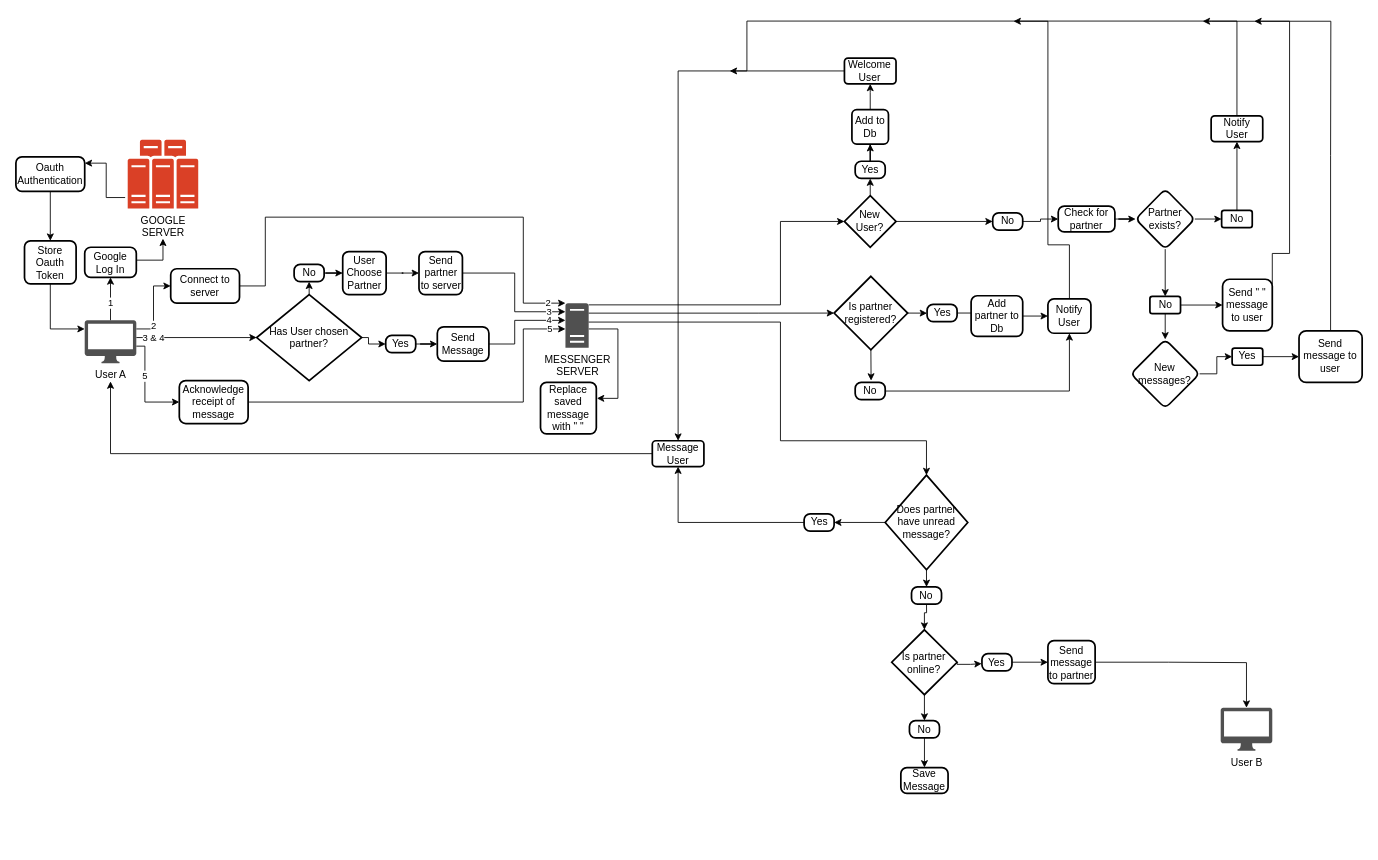
Above: mini_messenger_flowchart.drawio in gitupwithit/mini_messenger_extension (draw.io), before the change. Source tidied: cells renumbered, new cells numbered last; positions are measured from the earlier drawing's top-left corner, leaving out a move shared by most shapes. Both pictures are drawn from the tidied source at 86%, with x=0, y=0 at pixel (15, 21).
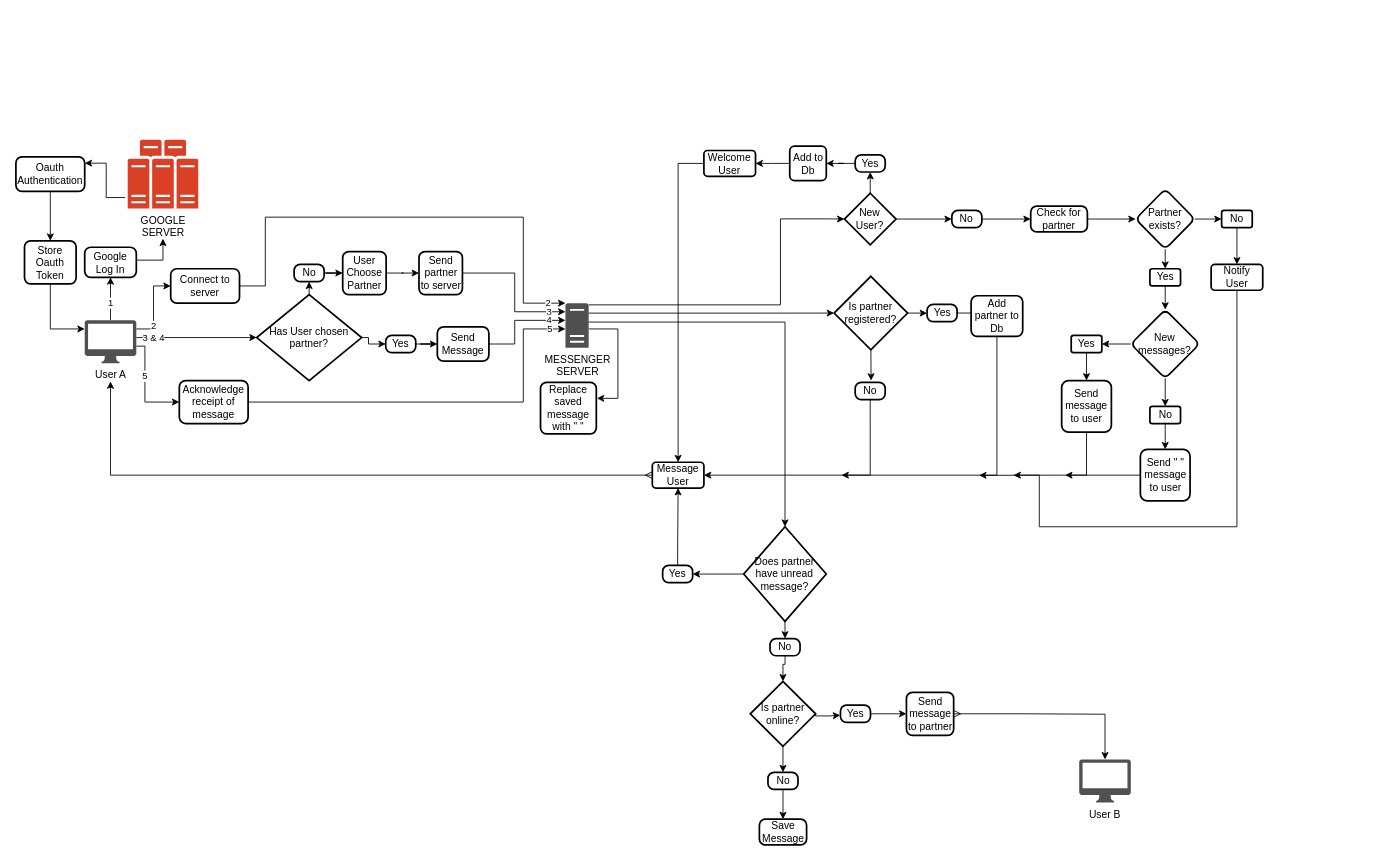
After the change.

Unchanged cells that the change refers to:
```xml
<mxCell id="6" value="User A" style="sketch=0;shadow=0;dashed=0;html=1;strokeColor=none;fillColor=#505050;labelPosition=center;verticalLabelPosition=bottom;verticalAlign=top;outlineConnect=0;align=center;shape=mxgraph.office.devices.mac_client;points=[[0.02,0.06,0,0,0],[0.5,1,0,0,21]];" parent="1" vertex="1">
  <mxGeometry x="80" y="348" width="60" height="50" as="geometry" />
</mxCell>
<mxCell id="11" value="MESSENGER&lt;br&gt;SERVER" style="sketch=0;shadow=0;dashed=0;html=1;strokeColor=none;fillColor=#505050;labelPosition=center;verticalLabelPosition=bottom;verticalAlign=top;outlineConnect=0;align=center;shape=mxgraph.office.servers.server_generic;points=[[0.11,0.94,0,0,0],[0.5,1,0,0,34],[1,1,0,2,3]];" parent="1" vertex="1">
  <mxGeometry x="639" y="328" width="27" height="52" as="geometry" />
</mxCell>
<mxCell id="34" value="Partner&lt;div&gt;exists?&lt;/div&gt;" style="rhombus;whiteSpace=wrap;html=1;rounded=1;arcSize=14;strokeWidth=2;" parent="1" vertex="1">
  <mxGeometry x="1302" y="195.2" width="68.8" height="70" as="geometry" />
</mxCell>
<mxCell id="67" value="No" style="rounded=1;whiteSpace=wrap;html=1;absoluteArcSize=1;arcSize=14;strokeWidth=2;" parent="1" vertex="1">
  <mxGeometry x="975.9" y="420.2" width="34.9" height="20" as="geometry" />
</mxCell>
<mxCell id="72" value="Add partner to Db" style="rounded=1;whiteSpace=wrap;html=1;absoluteArcSize=1;arcSize=14;strokeWidth=2;" parent="1" vertex="1">
  <mxGeometry x="1110.7" y="319.4" width="60" height="47.2" as="geometry" />
</mxCell>
```

What changed in the source:
```diff
@@
     <mxCell id="9" style="edgeStyle=orthogonalEdgeStyle;rounded=0;jettySize=auto;html=1;entryX=0;entryY=0.5;entryDx=0;entryDy=0;entryPerimeter=0;jumpStyle=none;startArrow=none;startFill=0;strokeWidth=1;shadow=0;" parent="1" edge="1" source="11" target="19">
       <mxGeometry relative="1" as="geometry">
         <Array as="points">
           <mxPoint x="889" y="330" />
-          <mxPoint x="889" y="233" />
+          <mxPoint x="889" y="230" />
+          <mxPoint x="940" y="230" />
         </Array>
       </mxGeometry>
     </mxCell>
@@
     <mxCell id="19" value="New User?" style="strokeWidth=2;html=1;shape=mxgraph.flowchart.decision;whiteSpace=wrap;" parent="1" vertex="1">
-      <mxGeometry x="963.4" y="203" width="60" height="60" as="geometry" />
+      <mxGeometry x="963.4" y="200.2" width="60" height="60" as="geometry" />
     </mxCell>
@@
     <mxCell id="21" value="Yes" style="rounded=1;whiteSpace=wrap;html=1;absoluteArcSize=1;arcSize=14;strokeWidth=2;" parent="1" vertex="1">
-      <mxGeometry x="975.9" y="163" width="34.9" height="20" as="geometry" />
+      <mxGeometry x="975.9" y="155.5" width="34.9" height="20" as="geometry" />
     </mxCell>
@@
     <mxCell id="23" value="No" style="rounded=1;whiteSpace=wrap;html=1;absoluteArcSize=1;arcSize=14;strokeWidth=2;" parent="1" vertex="1">
-      <mxGeometry x="1135.8" y="223" width="34.9" height="20" as="geometry" />
+      <mxGeometry x="1088.3" y="220.2" width="34.9" height="20" as="geometry" />
     </mxCell>
@@
     <mxCell id="26" value="Add to Db" style="whiteSpace=wrap;html=1;rounded=1;arcSize=14;strokeWidth=2;" parent="1" vertex="1">
-      <mxGeometry x="972.1" y="103" width="42.5" height="40" as="geometry" />
+      <mxGeometry x="899.8" y="145.5" width="42.5" height="40" as="geometry" />
     </mxCell>
-    <mxCell id="27" style="edgeStyle=orthogonalEdgeStyle;rounded=0;jettySize=auto;html=1;exitX=0;exitY=0.5;exitDx=0;exitDy=0;entryX=0.5;entryY=1;entryDx=0;entryDy=21;entryPerimeter=0;" parent="1" edge="1" source="99" target="6">
+    <mxCell id="27" style="edgeStyle=orthogonalEdgeStyle;rounded=0;jettySize=auto;html=1;exitX=0;exitY=0.5;exitDx=0;exitDy=0;entryX=0.5;entryY=1;entryDx=0;entryDy=21;entryPerimeter=0;startArrow=ERmany;startFill=0;" parent="1" edge="1" source="99" target="6">
       <mxGeometry relative="1" as="geometry">
         <Array as="points">
-          <mxPoint x="110" y="503" />
+          <mxPoint x="110" y="528" />
         </Array>
       </mxGeometry>
     </mxCell>
     <mxCell id="28" style="edgeStyle=orthogonalEdgeStyle;rounded=0;jettySize=auto;html=1;" parent="1" edge="1" source="29" target="99">
-      <mxGeometry relative="1" as="geometry" />
+      <mxGeometry relative="1" as="geometry">
+        <Array as="points">
+          <mxPoint x="770" y="166" />
+        </Array>
+      </mxGeometry>
     </mxCell>
     <mxCell id="29" value="Welcome&lt;div&gt;User&lt;/div&gt;" style="whiteSpace=wrap;html=1;rounded=1;arcSize=14;strokeWidth=2;" parent="1" vertex="1">
-      <mxGeometry x="963.4" y="43" width="60" height="30" as="geometry" />
+      <mxGeometry x="800" y="150.5" width="60" height="30" as="geometry" />
     </mxCell>
@@
     <mxCell id="31" value="Check for partner" style="rounded=1;whiteSpace=wrap;html=1;absoluteArcSize=1;arcSize=14;strokeWidth=2;" parent="1" vertex="1">
-      <mxGeometry x="1212" y="215.2" width="65.9" height="30" as="geometry" />
+      <mxGeometry x="1180" y="215.2" width="65.9" height="30" as="geometry" />
     </mxCell>
@@
-    <mxCell id="33" style="edgeStyle=orthogonalEdgeStyle;rounded=0;jettySize=auto;html=1;exitX=0.5;exitY=1;exitDx=0;exitDy=0;entryX=0.5;entryY=0;entryDx=0;entryDy=0;" parent="1" edge="1" source="34" target="45">
+    <mxCell id="33" style="edgeStyle=orthogonalEdgeStyle;rounded=0;jettySize=auto;html=1;exitX=0.5;exitY=1;exitDx=0;exitDy=0;entryX=0.5;entryY=0;entryDx=0;entryDy=0;" parent="1" edge="1" source="42" target="45">
       <mxGeometry relative="1" as="geometry" />
     </mxCell>
+    <mxCell id="100" style="edgeStyle=orthogonalEdgeStyle;rounded=0;jettySize=auto;html=1;exitX=0.5;exitY=1;exitDx=0;exitDy=0;entryX=0.5;entryY=0;entryDx=0;entryDy=0;" parent="1" edge="1" source="34" target="106">
+      <mxGeometry relative="1" as="geometry" />
+    </mxCell>
@@
+    <mxCell id="101" style="edgeStyle=orthogonalEdgeStyle;rounded=0;jettySize=auto;html=1;exitX=0.5;exitY=1;exitDx=0;exitDy=0;" parent="1" edge="1" source="49">
+      <mxGeometry relative="1" as="geometry">
+        <mxPoint x="1220" y="528" as="targetPoint" />
+        <Array as="points">
+          <mxPoint x="1245" y="528" />
+        </Array>
+      </mxGeometry>
+    </mxCell>
-    <mxCell id="35" style="edgeStyle=orthogonalEdgeStyle;rounded=0;jettySize=auto;html=1;" parent="1" edge="1" source="36" target="49">
+    <mxCell id="35" style="edgeStyle=orthogonalEdgeStyle;rounded=0;jettySize=auto;html=1;exitX=0.5;exitY=1;exitDx=0;exitDy=0;entryX=0.5;entryY=0;entryDx=0;entryDy=0;" parent="1" edge="1" source="36" target="49">
       <mxGeometry relative="1" as="geometry" />
     </mxCell>
     <mxCell id="36" value="Yes" style="whiteSpace=wrap;html=1;rounded=1;arcSize=14;strokeWidth=2;" parent="1" vertex="1">
-      <mxGeometry x="1414.2" y="380.2" width="35.6" height="20" as="geometry" />
+      <mxGeometry x="1227.1" y="365.5" width="35.6" height="20" as="geometry" />
     </mxCell>
@@
-    <mxCell id="39" style="edgeStyle=orthogonalEdgeStyle;rounded=0;jettySize=auto;html=1;exitX=0.5;exitY=0;exitDx=0;exitDy=0;" parent="1" edge="1" source="40">
-      <mxGeometry relative="1" as="geometry">
-        <mxPoint x="830" y="58" as="targetPoint" />
-        <Array as="points">
-          <mxPoint x="1420" />
-          <mxPoint x="850" />
-          <mxPoint x="850" y="58" />
-        </Array>
-      </mxGeometry>
-    </mxCell>
+    <mxCell id="102" style="edgeStyle=orthogonalEdgeStyle;rounded=0;jettySize=auto;html=1;exitX=0.5;exitY=1;exitDx=0;exitDy=0;" parent="1" edge="1" source="40">
+      <mxGeometry relative="1" as="geometry">
+        <mxPoint x="1160" y="528" as="targetPoint" />
+        <Array as="points">
+          <mxPoint x="1420" y="588" />
+          <mxPoint x="1190" y="588" />
+          <mxPoint x="1190" y="528" />
+        </Array>
+      </mxGeometry>
+    </mxCell>
     <mxCell id="40" value="Notify&lt;div&gt;User&lt;/div&gt;" style="whiteSpace=wrap;html=1;rounded=1;arcSize=14;strokeWidth=2;" parent="1" vertex="1">
-      <mxGeometry x="1389.8" y="110.2" width="60" height="30" as="geometry" />
+      <mxGeometry x="1389.8" y="283" width="60" height="30" as="geometry" />
     </mxCell>
-    <mxCell id="41" style="edgeStyle=orthogonalEdgeStyle;rounded=0;jettySize=auto;html=1;exitX=1;exitY=0.5;exitDx=0;exitDy=0;entryX=0;entryY=0.5;entryDx=0;entryDy=0;" parent="1" edge="1" source="42" target="36">
+    <mxCell id="41" style="edgeStyle=orthogonalEdgeStyle;rounded=0;jettySize=auto;html=1;exitX=0;exitY=0.5;exitDx=0;exitDy=0;entryX=1;entryY=0.5;entryDx=0;entryDy=0;" parent="1" edge="1" source="42" target="36">
       <mxGeometry relative="1" as="geometry" />
     </mxCell>
     <mxCell id="42" value="New messages?" style="rhombus;whiteSpace=wrap;html=1;rounded=1;arcSize=14;strokeWidth=2;" parent="1" vertex="1">
-      <mxGeometry x="1296.4" y="370.2" width="80" height="80" as="geometry" />
+      <mxGeometry x="1296.4" y="335.5" width="80" height="80" as="geometry" />
     </mxCell>
@@
-    <mxCell id="44" style="edgeStyle=orthogonalEdgeStyle;rounded=0;jettySize=auto;html=1;exitX=0.5;exitY=1;exitDx=0;exitDy=0;entryX=0.5;entryY=0;entryDx=0;entryDy=0;" parent="1" edge="1" source="45" target="42">
-      <mxGeometry relative="1" as="geometry" />
-    </mxCell>
     <mxCell id="45" value="No" style="whiteSpace=wrap;html=1;rounded=1;arcSize=14;strokeWidth=2;" parent="1" vertex="1">
-      <mxGeometry x="1318.6" y="320.2" width="35.6" height="20" as="geometry" />
+      <mxGeometry x="1318.6" y="448" width="35.6" height="20" as="geometry" />
     </mxCell>
-    <mxCell id="46" style="edgeStyle=orthogonalEdgeStyle;rounded=0;jettySize=auto;html=1;exitX=1;exitY=0.5;exitDx=0;exitDy=0;" parent="1" edge="1" source="47">
-      <mxGeometry relative="1" as="geometry">
-        <mxPoint x="1380" y="0.2" as="targetPoint" />
-        <Array as="points">
-          <mxPoint x="1461" y="270.2" />
-          <mxPoint x="1481" y="270.2" />
-          <mxPoint x="1481" y="0.2" />
-          <mxPoint x="1390" y="0.2" />
-        </Array>
-      </mxGeometry>
-    </mxCell>
+    <mxCell id="103" style="edgeStyle=orthogonalEdgeStyle;rounded=0;jettySize=auto;html=1;exitX=0;exitY=0.5;exitDx=0;exitDy=0;" parent="1" edge="1" source="47">
+      <mxGeometry relative="1" as="geometry">
+        <mxPoint x="1120" y="528.2" as="targetPoint" />
+      </mxGeometry>
+    </mxCell>
     <mxCell id="47" value="Send &quot; &quot; message to user" style="whiteSpace=wrap;html=1;rounded=1;arcSize=14;strokeWidth=2;" parent="1" vertex="1">
-      <mxGeometry x="1403.1" y="300.2" width="57.8" height="60" as="geometry" />
+      <mxGeometry x="1307.5" y="498" width="57.8" height="60" as="geometry" />
     </mxCell>
-    <mxCell id="48" style="edgeStyle=orthogonalEdgeStyle;rounded=0;jettySize=auto;html=1;exitX=0.5;exitY=0;exitDx=0;exitDy=0;" parent="1" edge="1" source="49">
-      <mxGeometry relative="1" as="geometry">
-        <mxPoint x="1440" y="0.2" as="targetPoint" />
-        <Array as="points">
-          <mxPoint x="1529" y="156.2" />
-          <mxPoint x="1529" y="156.2" />
-          <mxPoint x="1529" y="0.2" />
-          <mxPoint x="1450" y="0.2" />
-        </Array>
-      </mxGeometry>
-    </mxCell>
-    <mxCell id="49" value="Send message to user" style="whiteSpace=wrap;html=1;rounded=1;arcSize=14;strokeWidth=2;" parent="1" vertex="1">
-      <mxGeometry x="1492" y="360.2" width="73.4" height="60" as="geometry" />
-    </mxCell>
@@
-    <mxCell id="66" style="edgeStyle=orthogonalEdgeStyle;rounded=0;jettySize=auto;html=1;exitX=1;exitY=0.5;exitDx=0;exitDy=0;entryX=0.5;entryY=1;entryDx=0;entryDy=0;" parent="1" edge="1" source="67" target="70">
-      <mxGeometry relative="1" as="geometry" />
-    </mxCell>
+    <mxCell id="104" style="edgeStyle=orthogonalEdgeStyle;rounded=0;jettySize=auto;html=1;exitX=0.5;exitY=1;exitDx=0;exitDy=0;entryX=1;entryY=0.5;entryDx=0;entryDy=0;" parent="1" edge="1" source="67" target="99">
+      <mxGeometry relative="1" as="geometry">
+        <Array as="points">
+          <mxPoint x="993" y="528" />
+        </Array>
+      </mxGeometry>
+    </mxCell>
@@
-    <mxCell id="69" style="edgeStyle=orthogonalEdgeStyle;rounded=0;jettySize=auto;html=1;exitX=0.5;exitY=0;exitDx=0;exitDy=0;" parent="1" edge="1" source="70">
-      <mxGeometry relative="1" as="geometry">
-        <mxPoint x="1160" y="0.2" as="targetPoint" />
-        <Array as="points">
-          <mxPoint x="1225" y="260.2" />
-          <mxPoint x="1200" y="260.2" />
-          <mxPoint x="1200" y="0.2" />
-          <mxPoint x="1160" y="0.2" />
-        </Array>
-      </mxGeometry>
-    </mxCell>
-    <mxCell id="70" value="Notify User" style="rounded=1;whiteSpace=wrap;html=1;absoluteArcSize=1;arcSize=14;strokeWidth=2;" parent="1" vertex="1">
-      <mxGeometry x="1200" y="323" width="50" height="40" as="geometry" />
-    </mxCell>
-    <mxCell id="71" style="edgeStyle=orthogonalEdgeStyle;rounded=0;jettySize=auto;html=1;exitX=1;exitY=0.5;exitDx=0;exitDy=0;entryX=0;entryY=0.5;entryDx=0;entryDy=0;" parent="1" edge="1" source="72" target="70">
-      <mxGeometry relative="1" as="geometry" />
+    <mxCell id="71" style="edgeStyle=orthogonalEdgeStyle;rounded=0;jettySize=auto;html=1;exitX=0.5;exitY=1;exitDx=0;exitDy=0;" parent="1" edge="1" source="72">
+      <mxGeometry relative="1" as="geometry">
+        <mxPoint x="960" y="528" as="targetPoint" />
+        <Array as="points">
+          <mxPoint x="1141" y="528" />
+          <mxPoint x="980" y="528" />
+        </Array>
+      </mxGeometry>
     </mxCell>
@@
     <mxCell id="76" value="&lt;span style=&quot;background-color: initial;&quot;&gt;Is partner online?&lt;/span&gt;" style="strokeWidth=2;html=1;shape=mxgraph.flowchart.decision;whiteSpace=wrap;" parent="1" vertex="1">
-      <mxGeometry x="1018.4" y="707.8" width="76" height="75.5" as="geometry" />
+      <mxGeometry x="853.9" y="767.8" width="76" height="75.5" as="geometry" />
     </mxCell>
@@
     <mxCell id="78" value="Yes" style="rounded=1;whiteSpace=wrap;html=1;absoluteArcSize=1;arcSize=14;strokeWidth=2;" parent="1" vertex="1">
-      <mxGeometry x="1123.3" y="735.5" width="34.9" height="20" as="geometry" />
+      <mxGeometry x="958.8" y="795.5" width="34.9" height="20" as="geometry" />
     </mxCell>
@@
     <mxCell id="80" value="No" style="rounded=1;whiteSpace=wrap;html=1;absoluteArcSize=1;arcSize=14;strokeWidth=2;" parent="1" vertex="1">
-      <mxGeometry x="1039" y="813.5" width="34.9" height="20" as="geometry" />
+      <mxGeometry x="874.5" y="873.5" width="34.9" height="20" as="geometry" />
     </mxCell>
     <mxCell id="81" style="edgeStyle=orthogonalEdgeStyle;rounded=0;jettySize=auto;html=1;exitX=1;exitY=0.5;exitDx=0;exitDy=0;exitPerimeter=0;entryX=-0.01;entryY=0.584;entryDx=0;entryDy=0;entryPerimeter=0;" parent="1" edge="1" source="76" target="78">
       <mxGeometry relative="1" as="geometry">
         <Array as="points">
-          <mxPoint x="1094" y="748" />
-          <mxPoint x="1110" y="748" />
+          <mxPoint x="929.5" y="808" />
+          <mxPoint x="945.5" y="808" />
         </Array>
       </mxGeometry>
     </mxCell>
     <mxCell id="82" style="edgeStyle=orthogonalEdgeStyle;rounded=0;jettySize=auto;html=1;entryX=0.5;entryY=0;entryDx=0;entryDy=0;entryPerimeter=0;" parent="1" edge="1" source="11" target="89">
       <mxGeometry relative="1" as="geometry">
         <Array as="points">
-          <mxPoint x="889" y="350" />
-          <mxPoint x="889" y="488" />
-          <mxPoint x="1059" y="488" />
+          <mxPoint x="894" y="350" />
+          <mxPoint x="894" y="588" />
         </Array>
       </mxGeometry>
     </mxCell>
     <mxCell id="83" value="User B" style="sketch=0;shadow=0;dashed=0;html=1;strokeColor=none;fillColor=#505050;labelPosition=center;verticalLabelPosition=bottom;verticalAlign=top;outlineConnect=0;align=center;shape=mxgraph.office.devices.mac_client;points=[[0,0,0,-37,-3],[0.5,1,0,0,21]];" parent="1" vertex="1">
-      <mxGeometry x="1400.9" y="798.5" width="60" height="50" as="geometry" />
+      <mxGeometry x="1236.4" y="858.5" width="60" height="50" as="geometry" />
     </mxCell>
     <mxCell id="84" value="Send message to partner" style="rounded=1;whiteSpace=wrap;html=1;absoluteArcSize=1;arcSize=14;strokeWidth=2;" parent="1" vertex="1">
-      <mxGeometry x="1200" y="720.5" width="54.9" height="50" as="geometry" />
+      <mxGeometry x="1035.5" y="780.5" width="54.9" height="50" as="geometry" />
     </mxCell>
-    <mxCell id="85" style="edgeStyle=orthogonalEdgeStyle;rounded=0;jettySize=auto;html=1;exitX=1;exitY=0.5;exitDx=0;exitDy=0;" parent="1" edge="1" source="84" target="83">
+    <mxCell id="85" style="edgeStyle=orthogonalEdgeStyle;rounded=0;jettySize=auto;html=1;exitX=1;exitY=0.5;exitDx=0;exitDy=0;startArrow=ERmany;startFill=0;" parent="1" edge="1" source="84" target="83">
       <mxGeometry relative="1" as="geometry">
         <Array as="points">
-          <mxPoint x="1340" y="746" />
-          <mxPoint x="1380" y="746" />
+          <mxPoint x="1175.5" y="806" />
+          <mxPoint x="1215.5" y="806" />
         </Array>
       </mxGeometry>
     </mxCell>
     <mxCell id="86" value="Save Message" style="rounded=1;whiteSpace=wrap;html=1;absoluteArcSize=1;arcSize=14;strokeWidth=2;" parent="1" vertex="1">
-      <mxGeometry x="1029" y="868" width="54.9" height="30" as="geometry" />
+      <mxGeometry x="864.5" y="928" width="54.9" height="30" as="geometry" />
     </mxCell>
     <mxCell id="87" style="edgeStyle=orthogonalEdgeStyle;rounded=0;jettySize=auto;html=1;exitX=0.5;exitY=1;exitDx=0;exitDy=0;exitPerimeter=0;entryX=0.5;entryY=0;entryDx=0;entryDy=0;" parent="1" edge="1" source="89" target="92">
       <mxGeometry relative="1" as="geometry">
         <Array as="points">
-          <mxPoint x="1059" y="638" />
-          <mxPoint x="1059" y="658" />
+          <mxPoint x="894.5" y="698" />
+          <mxPoint x="894.5" y="718" />
         </Array>
       </mxGeometry>
     </mxCell>
@@
     <mxCell id="89" value="&lt;span style=&quot;background-color: initial;&quot;&gt;Does partner have unread message?&lt;/span&gt;" style="strokeWidth=2;html=1;shape=mxgraph.flowchart.decision;whiteSpace=wrap;" parent="1" vertex="1">
-      <mxGeometry x="1010.8" y="528" width="96" height="110" as="geometry" />
+      <mxGeometry x="846.3" y="588" width="96" height="110" as="geometry" />
     </mxCell>
-    <mxCell id="90" style="edgeStyle=orthogonalEdgeStyle;rounded=0;jettySize=auto;html=1;exitX=0;exitY=0.5;exitDx=0;exitDy=0;entryX=0.5;entryY=1;entryDx=0;entryDy=0;" parent="1" edge="1" source="91" target="99">
-      <mxGeometry relative="1" as="geometry" />
+    <mxCell id="90" style="edgeStyle=orthogonalEdgeStyle;rounded=0;jettySize=auto;html=1;entryX=0.5;entryY=1;entryDx=0;entryDy=0;exitX=0.5;exitY=0;exitDx=0;exitDy=0;" parent="1" edge="1" source="91" target="99">
+      <mxGeometry relative="1" as="geometry">
+        <Array as="points">
+          <mxPoint x="769" y="608" />
+          <mxPoint x="770" y="608" />
+        </Array>
+      </mxGeometry>
     </mxCell>
     <mxCell id="91" value="Yes" style="rounded=1;whiteSpace=wrap;html=1;absoluteArcSize=1;arcSize=14;strokeWidth=2;" parent="1" vertex="1">
-      <mxGeometry x="916.5" y="573" width="34.9" height="20" as="geometry" />
+      <mxGeometry x="752" y="633" width="34.9" height="20" as="geometry" />
     </mxCell>
     <mxCell id="92" value="No" style="rounded=1;whiteSpace=wrap;html=1;absoluteArcSize=1;arcSize=14;strokeWidth=2;" parent="1" vertex="1">
-      <mxGeometry x="1041.4" y="658" width="34.9" height="20" as="geometry" />
+      <mxGeometry x="876.9" y="718" width="34.9" height="20" as="geometry" />
     </mxCell>
     <mxCell id="93" style="edgeStyle=orthogonalEdgeStyle;rounded=0;jettySize=auto;html=1;exitX=0.5;exitY=1;exitDx=0;exitDy=0;entryX=0.5;entryY=0;entryDx=0;entryDy=0;entryPerimeter=0;" parent="1" edge="1" source="92" target="76">
       <mxGeometry relative="1" as="geometry">
         <Array as="points">
-          <mxPoint x="1059" y="688" />
-          <mxPoint x="1057" y="688" />
+          <mxPoint x="894.5" y="748" />
+          <mxPoint x="892.5" y="748" />
         </Array>
       </mxGeometry>
     </mxCell>
@@
     <mxCell id="99" value="Message User" style="whiteSpace=wrap;html=1;rounded=1;arcSize=14;strokeWidth=2;" parent="1" vertex="1">
-      <mxGeometry x="740" y="488" width="60" height="30" as="geometry" />
+      <mxGeometry x="740" y="513" width="60" height="30" as="geometry" />
     </mxCell>
+    <mxCell id="105" style="edgeStyle=orthogonalEdgeStyle;rounded=0;jettySize=auto;html=1;exitX=0.5;exitY=1;exitDx=0;exitDy=0;entryX=0.5;entryY=0;entryDx=0;entryDy=0;" parent="1" edge="1" source="106" target="42">
+      <mxGeometry relative="1" as="geometry" />
+    </mxCell>
+    <mxCell id="106" value="Yes" style="whiteSpace=wrap;html=1;rounded=1;arcSize=14;strokeWidth=2;" parent="1" vertex="1">
+      <mxGeometry x="1318.6" y="288" width="35.6" height="20" as="geometry" />
+    </mxCell>
+    <mxCell id="49" value="Send message to user" style="whiteSpace=wrap;html=1;rounded=1;arcSize=14;strokeWidth=2;" parent="1" vertex="1">
+      <mxGeometry x="1216" y="418" width="57.8" height="60" as="geometry" />
+    </mxCell>
```
